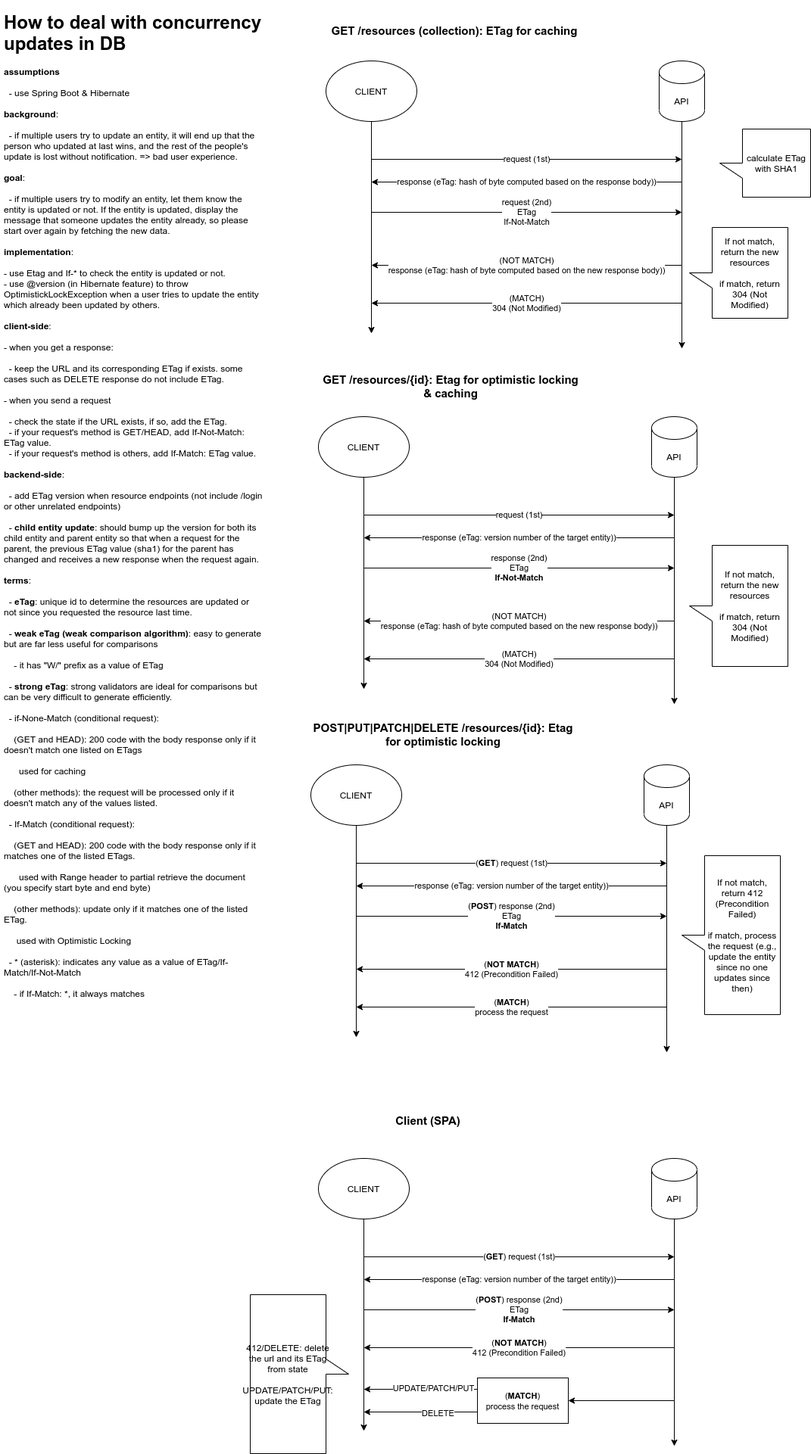
The draw.io diagram optimistic-locking-with-rest-api.png in stsiwo/e-commerce-starter-kits, before a commit. Source tidied: cells renumbered, new cells last; positions are measured from the earlier drawing's top-left corner, leaving out a move shared by most shapes.
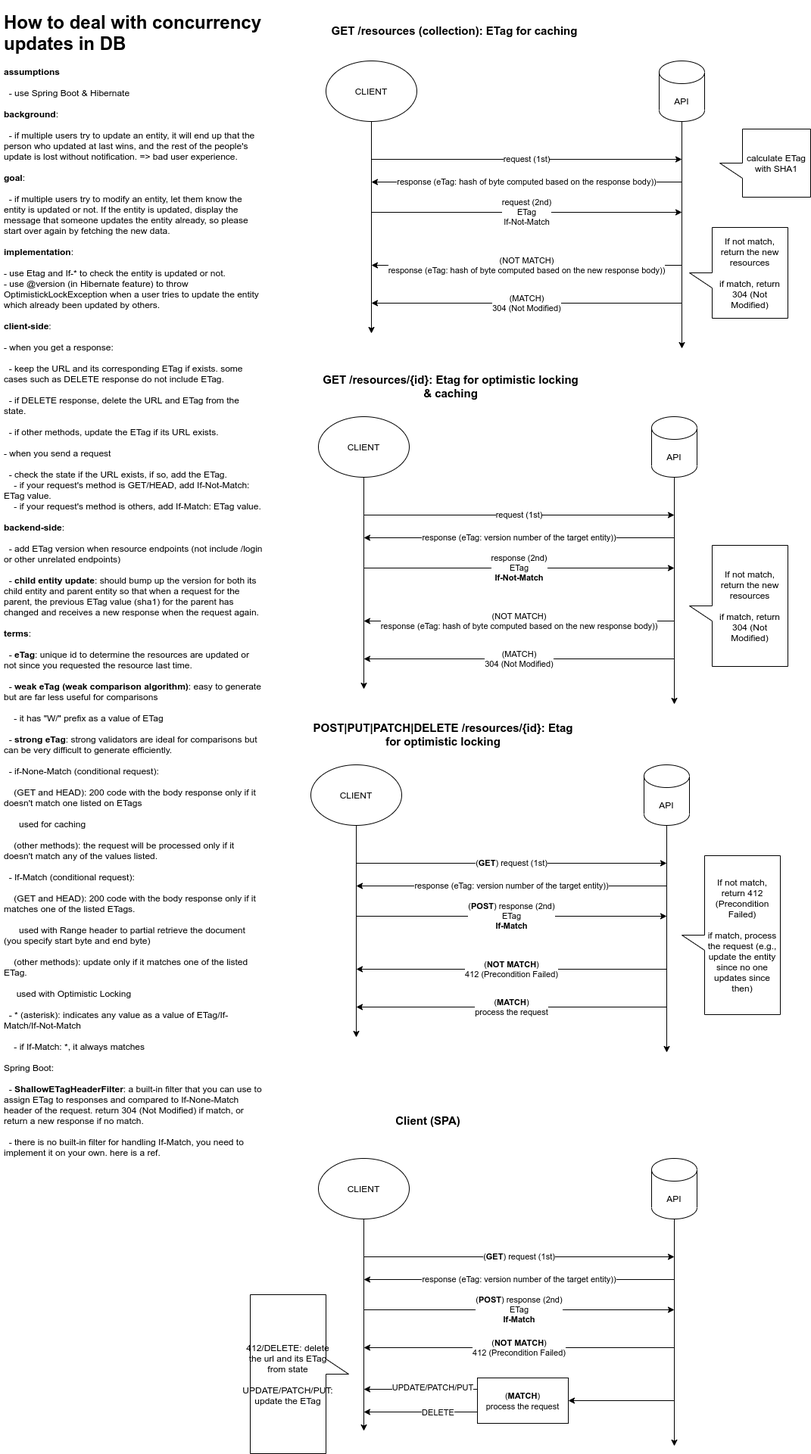
After the commit.

Change to the diagram source:
```diff
@@ -2,8 +2,8 @@
   <root>
     <mxCell id="0" />
     <mxCell id="1" parent="0" />
-    <mxCell id="2" value="&lt;h1&gt;How to deal with concurrency updates in DB&lt;/h1&gt;&lt;div&gt;&lt;b&gt;assumptions&lt;/b&gt;&lt;/div&gt;&lt;div&gt;&lt;br&gt;&lt;/div&gt;&lt;div&gt;&amp;nbsp; - use Spring Boot &amp;amp; Hibernate&amp;nbsp;&lt;/div&gt;&lt;div&gt;&lt;br&gt;&lt;/div&gt;&lt;div&gt;&lt;b&gt;background&lt;/b&gt;:&lt;/div&gt;&lt;div&gt;&lt;br&gt;&lt;/div&gt;&lt;div&gt;&amp;nbsp; - if multiple users try to update an entity, it will end up that the person who updated at last wins, and the rest of the people's update is lost without notification. =&amp;gt; bad user experience.&lt;/div&gt;&lt;div&gt;&lt;br&gt;&lt;/div&gt;&lt;div&gt;&lt;b&gt;goal&lt;/b&gt;:&lt;/div&gt;&lt;div&gt;&lt;br&gt;&lt;/div&gt;&lt;div&gt;&amp;nbsp; - if multiple users try to modify an entity, let them know the entity is updated or not. If the entity is updated, display the message that someone updates the entity already, so please start over again by fetching the new data.&lt;/div&gt;&lt;div&gt;&lt;br&gt;&lt;/div&gt;&lt;div&gt;&lt;b&gt;implementation&lt;/b&gt;:&amp;nbsp;&lt;/div&gt;&lt;div&gt;&lt;br&gt;&lt;/div&gt;&lt;div&gt;- use Etag and If-* to check the entity is updated or not.&lt;/div&gt;&lt;div&gt;- use @version (in Hibernate feature) to throw OptimistickLockException when a user tries to update the entity which already been updated by others.&lt;/div&gt;&lt;div&gt;&lt;br&gt;&lt;/div&gt;&lt;div&gt;&lt;b&gt;client-side&lt;/b&gt;:&amp;nbsp;&lt;/div&gt;&lt;div&gt;&lt;br&gt;&lt;/div&gt;&lt;div&gt;- when you get a response:&lt;/div&gt;&lt;div&gt;&lt;br&gt;&lt;/div&gt;&lt;div&gt;&amp;nbsp; - keep the URL and its corresponding ETag if exists. some cases such as DELETE response do not include ETag.&lt;/div&gt;&lt;div&gt;&lt;br&gt;&lt;/div&gt;&lt;div&gt;- when you send a request&amp;nbsp;&lt;/div&gt;&lt;div&gt;&lt;br&gt;&lt;/div&gt;&lt;div&gt;&amp;nbsp; - check the state if the URL exists, if so, add the ETag.&lt;/div&gt;&lt;div&gt;&amp;nbsp; - if your request's method is GET/HEAD, add If-Not-Match: ETag value.&lt;/div&gt;&lt;div&gt;&amp;nbsp; - if your request's method is others, add If-Match: ETag value.&lt;/div&gt;&lt;div&gt;&lt;br&gt;&lt;/div&gt;&lt;div&gt;&lt;b&gt;backend-side&lt;/b&gt;:&amp;nbsp;&lt;/div&gt;&lt;div&gt;&lt;br&gt;&lt;/div&gt;&lt;div&gt;&amp;nbsp; - add ETag version when resource endpoints (not include /login or other unrelated endpoints)&lt;/div&gt;&lt;div&gt;&lt;br&gt;&lt;/div&gt;&lt;div&gt;&amp;nbsp; - &lt;b&gt;child entity update&lt;/b&gt;: should bump up the version for both its child entity and parent entity so that when a request for the parent, the previous ETag value (sha1) for the parent has changed and receives a new response when the request again.&lt;/div&gt;&lt;div&gt;&lt;br&gt;&lt;/div&gt;&lt;div&gt;&lt;b&gt;terms&lt;/b&gt;:&lt;/div&gt;&lt;div&gt;&lt;br&gt;&lt;/div&gt;&lt;div&gt;&amp;nbsp; - &lt;b&gt;eTag&lt;/b&gt;: unique id to determine the resources are updated or not since you requested the resource last time.&lt;/div&gt;&lt;div&gt;&lt;br&gt;&lt;/div&gt;&lt;div&gt;&amp;nbsp; - &lt;b&gt;weak eTag (weak comparison algorithm)&lt;/b&gt;: easy to generate but are far less useful for comparisons&lt;/div&gt;&lt;div&gt;&lt;br&gt;&lt;/div&gt;&lt;div&gt;&amp;nbsp; &amp;nbsp; - it has &quot;W/&quot; prefix as a value of ETag&lt;/div&gt;&lt;div&gt;&lt;br&gt;&lt;/div&gt;&lt;div&gt;&amp;nbsp; - &lt;b&gt;strong eTag&lt;/b&gt;: strong validators are ideal for comparisons but can be very difficult to generate efficiently.&amp;nbsp;&lt;/div&gt;&lt;div&gt;&lt;br&gt;&lt;/div&gt;&lt;div&gt;&amp;nbsp; - if-None-Match (conditional request):&amp;nbsp;&lt;/div&gt;&lt;div&gt;&lt;br&gt;&lt;/div&gt;&lt;div&gt;&amp;nbsp; &amp;nbsp; (GET and HEAD): 200 code with the body response only if it doesn't match one listed on ETags&lt;/div&gt;&lt;div&gt;&lt;br&gt;&lt;/div&gt;&lt;div&gt;&amp;nbsp; &amp;nbsp; &amp;nbsp; used for caching&lt;/div&gt;&lt;div&gt;&lt;br&gt;&lt;/div&gt;&lt;div&gt;&amp;nbsp; &amp;nbsp; (other methods): the request will be processed only if it doesn't match any of the values listed.&lt;/div&gt;&lt;div&gt;&lt;br&gt;&lt;/div&gt;&lt;div&gt;&amp;nbsp; - If-Match (conditional request):&lt;/div&gt;&lt;div&gt;&lt;br&gt;&lt;/div&gt;&lt;div&gt;&amp;nbsp; &amp;nbsp; (GET and HEAD): 200 code with the body response only if it matches one of the listed ETags.&lt;/div&gt;&lt;div&gt;&amp;nbsp;&lt;/div&gt;&lt;div&gt;&amp;nbsp; &amp;nbsp; &amp;nbsp; used with Range header to partial retrieve the document (you specify start byte and end byte)&lt;/div&gt;&lt;div&gt;&lt;br&gt;&lt;/div&gt;&lt;div&gt;&amp;nbsp; &amp;nbsp; (other methods): update only if it matches one of the listed ETag.&lt;/div&gt;&lt;div&gt;&lt;br&gt;&lt;/div&gt;&lt;div&gt;&amp;nbsp; &amp;nbsp; &amp;nbsp;used with Optimistic Locking&lt;/div&gt;&lt;div&gt;&lt;br&gt;&lt;/div&gt;&lt;div&gt;&amp;nbsp; - * (asterisk): indicates any value as a value of ETag/If-Match/If-Not-Match&lt;/div&gt;&lt;div&gt;&lt;br&gt;&lt;/div&gt;&lt;div&gt;&amp;nbsp; &amp;nbsp; - if If-Match: *, it always matches&lt;/div&gt;" style="text;html=1;strokeColor=none;fillColor=none;spacing=5;spacingTop=-20;whiteSpace=wrap;overflow=hidden;rounded=0;" parent="1" vertex="1">
-      <mxGeometry width="350" height="1350" as="geometry" />
+    <mxCell id="2" value="&lt;h1&gt;How to deal with concurrency updates in DB&lt;/h1&gt;&lt;div&gt;&lt;b&gt;assumptions&lt;/b&gt;&lt;/div&gt;&lt;div&gt;&lt;br&gt;&lt;/div&gt;&lt;div&gt;&amp;nbsp; - use Spring Boot &amp;amp; Hibernate&amp;nbsp;&lt;/div&gt;&lt;div&gt;&lt;br&gt;&lt;/div&gt;&lt;div&gt;&lt;b&gt;background&lt;/b&gt;:&lt;/div&gt;&lt;div&gt;&lt;br&gt;&lt;/div&gt;&lt;div&gt;&amp;nbsp; - if multiple users try to update an entity, it will end up that the person who updated at last wins, and the rest of the people's update is lost without notification. =&amp;gt; bad user experience.&lt;/div&gt;&lt;div&gt;&lt;br&gt;&lt;/div&gt;&lt;div&gt;&lt;b&gt;goal&lt;/b&gt;:&lt;/div&gt;&lt;div&gt;&lt;br&gt;&lt;/div&gt;&lt;div&gt;&amp;nbsp; - if multiple users try to modify an entity, let them know the entity is updated or not. If the entity is updated, display the message that someone updates the entity already, so please start over again by fetching the new data.&lt;/div&gt;&lt;div&gt;&lt;br&gt;&lt;/div&gt;&lt;div&gt;&lt;b&gt;implementation&lt;/b&gt;:&amp;nbsp;&lt;/div&gt;&lt;div&gt;&lt;br&gt;&lt;/div&gt;&lt;div&gt;- use Etag and If-* to check the entity is updated or not.&lt;/div&gt;&lt;div&gt;- use @version (in Hibernate feature) to throw OptimistickLockException when a user tries to update the entity which already been updated by others.&lt;/div&gt;&lt;div&gt;&lt;br&gt;&lt;/div&gt;&lt;div&gt;&lt;b&gt;client-side&lt;/b&gt;:&amp;nbsp;&lt;/div&gt;&lt;div&gt;&lt;br&gt;&lt;/div&gt;&lt;div&gt;- when you get a response:&lt;/div&gt;&lt;div&gt;&lt;br&gt;&lt;/div&gt;&lt;div&gt;&amp;nbsp; - keep the URL and its corresponding ETag if exists. some cases such as DELETE response do not include ETag.&lt;/div&gt;&lt;div&gt;&lt;br&gt;&lt;/div&gt;&lt;div&gt;&amp;nbsp; - if DELETE response, delete the URL and ETag from the state.&lt;/div&gt;&lt;div&gt;&lt;br&gt;&lt;/div&gt;&lt;div&gt;&amp;nbsp; - if other methods, update the ETag if its URL exists.&lt;/div&gt;&lt;div&gt;&lt;br&gt;&lt;/div&gt;&lt;div&gt;- when you send a request&amp;nbsp;&lt;/div&gt;&lt;div&gt;&lt;br&gt;&lt;/div&gt;&lt;div&gt;&amp;nbsp; - check the state if the URL exists, if so, add the ETag.&lt;/div&gt;&lt;div&gt;&amp;nbsp; &amp;nbsp; - if your request's method is GET/HEAD, add If-Not-Match: ETag value.&lt;/div&gt;&lt;div&gt;&amp;nbsp; &amp;nbsp; - if your request's method is others, add If-Match: ETag value.&lt;/div&gt;&lt;div&gt;&lt;br&gt;&lt;/div&gt;&lt;div&gt;&lt;b&gt;backend-side&lt;/b&gt;:&amp;nbsp;&lt;/div&gt;&lt;div&gt;&lt;br&gt;&lt;/div&gt;&lt;div&gt;&amp;nbsp; - add ETag version when resource endpoints (not include /login or other unrelated endpoints)&lt;/div&gt;&lt;div&gt;&lt;br&gt;&lt;/div&gt;&lt;div&gt;&amp;nbsp; - &lt;b&gt;child entity update&lt;/b&gt;: should bump up the version for both its child entity and parent entity so that when a request for the parent, the previous ETag value (sha1) for the parent has changed and receives a new response when the request again.&lt;/div&gt;&lt;div&gt;&lt;br&gt;&lt;/div&gt;&lt;div&gt;&lt;b&gt;terms&lt;/b&gt;:&lt;/div&gt;&lt;div&gt;&lt;br&gt;&lt;/div&gt;&lt;div&gt;&amp;nbsp; - &lt;b&gt;eTag&lt;/b&gt;: unique id to determine the resources are updated or not since you requested the resource last time.&lt;/div&gt;&lt;div&gt;&lt;br&gt;&lt;/div&gt;&lt;div&gt;&amp;nbsp; - &lt;b&gt;weak eTag (weak comparison algorithm)&lt;/b&gt;: easy to generate but are far less useful for comparisons&lt;/div&gt;&lt;div&gt;&lt;br&gt;&lt;/div&gt;&lt;div&gt;&amp;nbsp; &amp;nbsp; - it has &quot;W/&quot; prefix as a value of ETag&lt;/div&gt;&lt;div&gt;&lt;br&gt;&lt;/div&gt;&lt;div&gt;&amp;nbsp; - &lt;b&gt;strong eTag&lt;/b&gt;: strong validators are ideal for comparisons but can be very difficult to generate efficiently.&amp;nbsp;&lt;/div&gt;&lt;div&gt;&lt;br&gt;&lt;/div&gt;&lt;div&gt;&amp;nbsp; - if-None-Match (conditional request):&amp;nbsp;&lt;/div&gt;&lt;div&gt;&lt;br&gt;&lt;/div&gt;&lt;div&gt;&amp;nbsp; &amp;nbsp; (GET and HEAD): 200 code with the body response only if it doesn't match one listed on ETags&lt;/div&gt;&lt;div&gt;&lt;br&gt;&lt;/div&gt;&lt;div&gt;&amp;nbsp; &amp;nbsp; &amp;nbsp; used for caching&lt;/div&gt;&lt;div&gt;&lt;br&gt;&lt;/div&gt;&lt;div&gt;&amp;nbsp; &amp;nbsp; (other methods): the request will be processed only if it doesn't match any of the values listed.&lt;/div&gt;&lt;div&gt;&lt;br&gt;&lt;/div&gt;&lt;div&gt;&amp;nbsp; - If-Match (conditional request):&lt;/div&gt;&lt;div&gt;&lt;br&gt;&lt;/div&gt;&lt;div&gt;&amp;nbsp; &amp;nbsp; (GET and HEAD): 200 code with the body response only if it matches one of the listed ETags.&lt;/div&gt;&lt;div&gt;&amp;nbsp;&lt;/div&gt;&lt;div&gt;&amp;nbsp; &amp;nbsp; &amp;nbsp; used with Range header to partial retrieve the document (you specify start byte and end byte)&lt;/div&gt;&lt;div&gt;&lt;br&gt;&lt;/div&gt;&lt;div&gt;&amp;nbsp; &amp;nbsp; (other methods): update only if it matches one of the listed ETag.&lt;/div&gt;&lt;div&gt;&lt;br&gt;&lt;/div&gt;&lt;div&gt;&amp;nbsp; &amp;nbsp; &amp;nbsp;used with Optimistic Locking&lt;/div&gt;&lt;div&gt;&lt;br&gt;&lt;/div&gt;&lt;div&gt;&amp;nbsp; - * (asterisk): indicates any value as a value of ETag/If-Match/If-Not-Match&lt;/div&gt;&lt;div&gt;&lt;br&gt;&lt;/div&gt;&lt;div&gt;&amp;nbsp; &amp;nbsp; - if If-Match: *, it always matches&lt;/div&gt;&lt;div&gt;&lt;br&gt;&lt;/div&gt;&lt;div&gt;Spring Boot:&amp;nbsp;&lt;/div&gt;&lt;div&gt;&lt;br&gt;&lt;/div&gt;&lt;div&gt;&amp;nbsp; - &lt;b&gt;&lt;a href=&quot;https://docs.spring.io/spring-framework/docs/current/javadoc-api/org/springframework/web/filter/ShallowEtagHeaderFilter.html&quot;&gt;ShallowETagHeaderFilter&lt;/a&gt;&lt;/b&gt;: a built-in filter that you can use to assign ETag to responses and compared to If-None-Match header of the request. return 304 (Not Modified) if match, or return a new response if no match.&amp;nbsp;&lt;/div&gt;&lt;div&gt;&lt;br&gt;&lt;/div&gt;&lt;div&gt;&amp;nbsp; - there is no built-in filter for handling If-Match, you need to implement it on your own. here is &lt;a href=&quot;https://www.novatec-gmbh.de/en/blog/managing-concurrency-in-a-distributed-restful-environment-with-spring-boot-and-angular2/&quot;&gt;a ref&lt;/a&gt;.&lt;/div&gt;" style="text;html=1;strokeColor=none;fillColor=none;spacing=5;spacingTop=-20;whiteSpace=wrap;overflow=hidden;rounded=0;" parent="1" vertex="1">
+      <mxGeometry width="350" height="1650" as="geometry" />
     </mxCell>
     <mxCell id="3" style="edgeStyle=none;rounded=0;jettySize=auto;html=1;" parent="1" edge="1" source="4">
       <mxGeometry relative="1" as="geometry">
```
